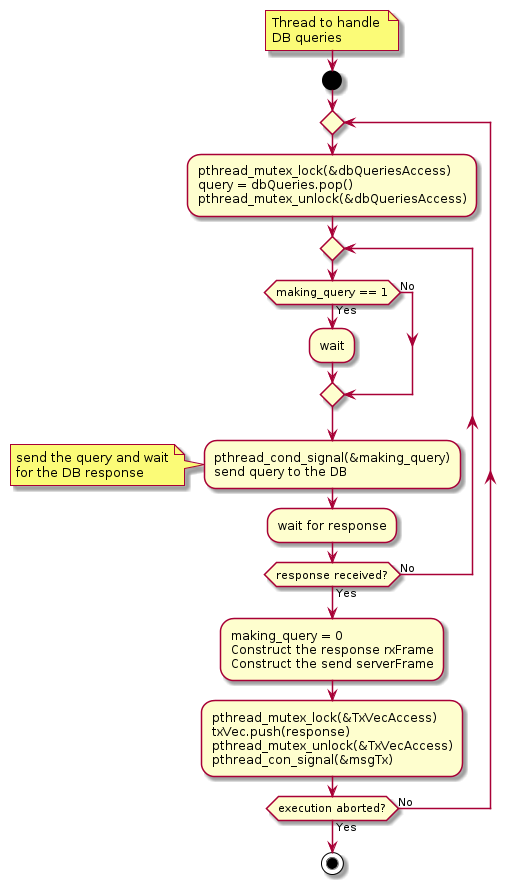
Above: Proj/report/img/flow-rs-handle-query.png in ElectroQuanta/MDO (PlantUML), before the change.
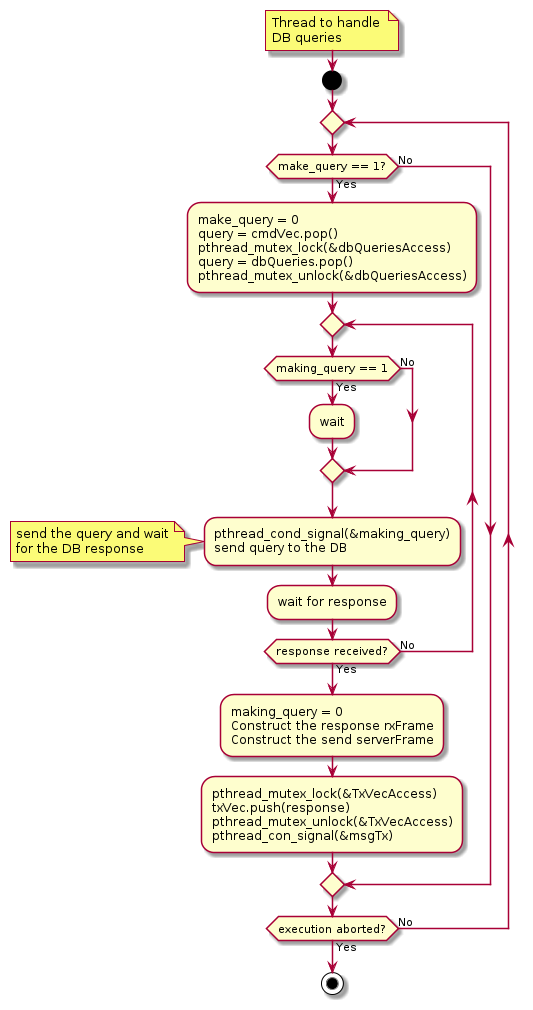
After the commit.

What changed in the source:
```diff
@@ -5,8 +5,10 @@
   end note
 start
     repeat
-
-        :pthread_mutex_lock(&dbQueriesAccess)
+      if(make_query == 1?) then (Yes)
+        :make_query = 0
+        query = cmdVec.pop()
+        pthread_mutex_lock(&dbQueriesAccess)
         query = dbQueries.pop()
         pthread_mutex_unlock(&dbQueriesAccess);
         repeat
@@ -29,6 +31,8 @@
         txVec.push(response)
         pthread_mutex_unlock(&TxVecAccess)
         pthread_con_signal(&msgTx);
+      else (No)
+      endif
     repeat while(execution aborted?) is (No) not (Yes)
     stop
 @enduml
```
